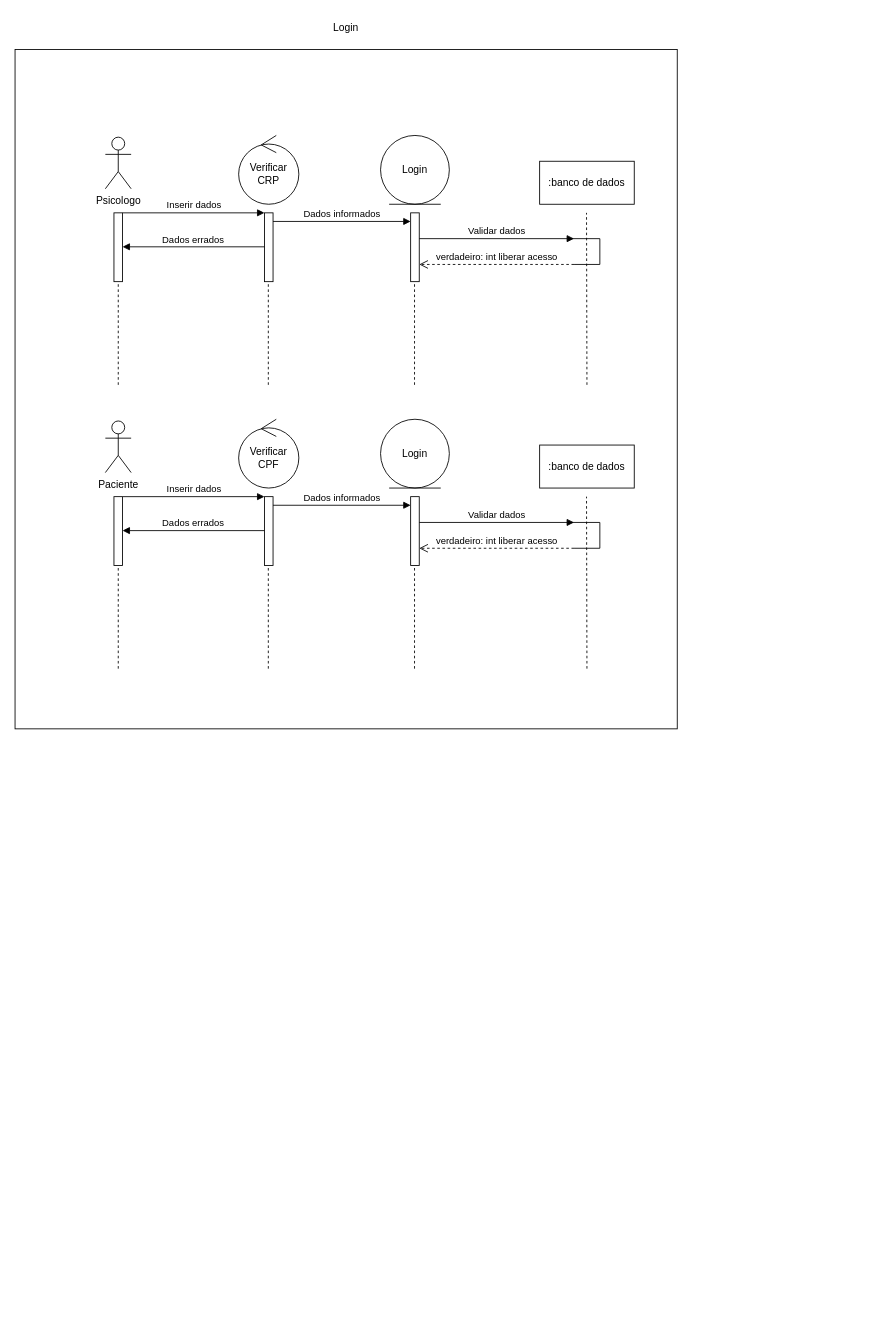
Above: diagramadesequencialogin.drawio in Patadaoikkk/uml (draw.io), before the change. Source tidied: cells renumbered, new cells numbered last; positions are measured from the earlier drawing's top-left corner, leaving out a move shared by most shapes. Both pictures are drawn from the tidied source at 86%, with x=0, y=0 at pixel (15, 15).
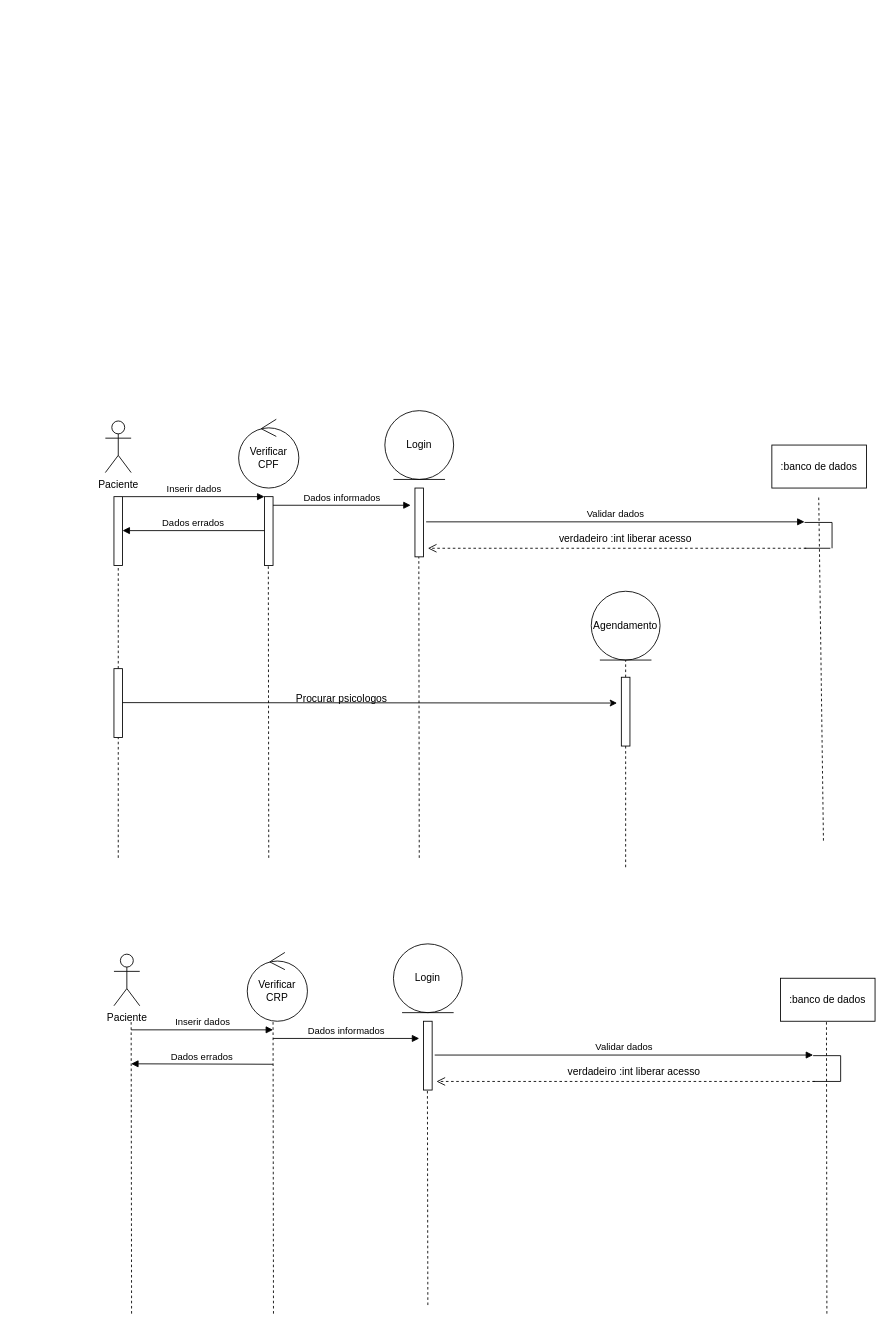
The same page after the edit.

The change refers to these unchanged cells:
```xml
<mxCell id="27" style="html=1;points=[[0,0,0,0,5],[0,1,0,0,-5],[1,0,0,0,5],[1,1,0,0,-5]];perimeter=orthogonalPerimeter;outlineConnect=0;targetShapes=umlLifeline;portConstraint=eastwest;newEdgeStyle={&quot;curved&quot;:0,&quot;rounded&quot;:0};" parent="1" vertex="1">
  <mxGeometry x="115" y="560" width="10" height="80" as="geometry" />
</mxCell>
```

Diff of the diagram source:
```diff
@@
-    <mxCell id="2" style="html=1;whiteSpace=wrap;" parent="1" vertex="1">
-      <mxGeometry y="40" width="770" height="790" as="geometry" />
-    </mxCell>
-    <mxCell id="3" value="Psicologo" style="shape=umlActor;verticalLabelPosition=bottom;verticalAlign=top;html=1;" parent="1" vertex="1">
-      <mxGeometry x="105" y="142" width="30" height="60" as="geometry" />
-    </mxCell>
-    <mxCell id="4" style="endArrow=none;dashed=1;html=1;rounded=0;" parent="1" edge="1" source="7">
-      <mxGeometry relative="1" as="geometry">
-        <mxPoint x="120" y="230" as="targetPoint" />
-      </mxGeometry>
-    </mxCell>
-    <mxCell id="5" value="Verificar CRP" style="ellipse;shape=umlControl;whiteSpace=wrap;html=1;" parent="1" vertex="1">
-      <mxGeometry x="260" y="140" width="70" height="80" as="geometry" />
-    </mxCell>
-    <mxCell id="6" style="endArrow=none;dashed=1;html=1;rounded=0;" parent="1" edge="1" target="7">
-      <mxGeometry relative="1" as="geometry">
-        <mxPoint x="120" y="430" as="sourcePoint" />
-      </mxGeometry>
-    </mxCell>
-    <mxCell id="7" style="html=1;points=[[0,0,0,0,5],[0,1,0,0,-5],[1,0,0,0,5],[1,1,0,0,-5]];perimeter=orthogonalPerimeter;outlineConnect=0;targetShapes=umlLifeline;portConstraint=eastwest;newEdgeStyle={&quot;curved&quot;:0,&quot;rounded&quot;:0};" parent="1" vertex="1">
-      <mxGeometry x="115" y="230" width="10" height="80" as="geometry" />
-    </mxCell>
-    <mxCell id="8" style="endArrow=none;dashed=1;html=1;rounded=0;" parent="1" edge="1">
-      <mxGeometry relative="1" as="geometry">
-        <mxPoint x="294.5" y="430" as="sourcePoint" />
-        <mxPoint x="294.5" y="310" as="targetPoint" />
-      </mxGeometry>
-    </mxCell>
-    <mxCell id="9" style="html=1;points=[[0,0,0,0,5],[0,1,0,0,-5],[1,0,0,0,5],[1,1,0,0,-5]];perimeter=orthogonalPerimeter;outlineConnect=0;targetShapes=umlLifeline;portConstraint=eastwest;newEdgeStyle={&quot;curved&quot;:0,&quot;rounded&quot;:0};" parent="1" vertex="1">
-      <mxGeometry x="290" y="230" width="10" height="80" as="geometry" />
-    </mxCell>
-    <mxCell id="10" value="Inserir dados" style="html=1;verticalAlign=bottom;endArrow=block;curved=0;rounded=0;" parent="1" edge="1">
-      <mxGeometry relative="1" as="geometry">
-        <mxPoint x="125" y="230" as="sourcePoint" />
-        <mxPoint x="290" y="230" as="targetPoint" />
-      </mxGeometry>
-    </mxCell>
-    <mxCell id="11" value="Login" style="ellipse;shape=umlEntity;whiteSpace=wrap;html=1;" parent="1" vertex="1">
-      <mxGeometry x="425" y="140" width="80" height="80" as="geometry" />
-    </mxCell>
-    <mxCell id="12" style="endArrow=none;dashed=1;html=1;rounded=0;" parent="1" edge="1">
-      <mxGeometry relative="1" as="geometry">
-        <mxPoint x="464.5" y="430" as="sourcePoint" />
-        <mxPoint x="464.5" y="310" as="targetPoint" />
-      </mxGeometry>
-    </mxCell>
-    <mxCell id="13" style="html=1;perimeter=orthogonalPerimeter;targetShapes=umlLifeline;newEdgeStyle={&quot;curved&quot;:0,&quot;rounded&quot;:0};" parent="1" vertex="1">
-      <mxGeometry x="460" y="230" width="10" height="80" as="geometry" />
-    </mxCell>
-    <mxCell id="14" value="Dados informados" style="html=1;verticalAlign=bottom;endArrow=block;curved=0;rounded=0;" parent="1" edge="1">
-      <mxGeometry relative="1" as="geometry">
-        <mxPoint x="300" y="240" as="sourcePoint" />
-        <mxPoint x="460" y="240" as="targetPoint" />
-      </mxGeometry>
-    </mxCell>
-    <mxCell id="15" value="Dados errados" style="html=1;verticalAlign=bottom;endArrow=block;curved=0;rounded=0;" parent="1" edge="1" source="9">
-      <mxGeometry relative="1" as="geometry">
-        <mxPoint x="125" y="269.5" as="targetPoint" />
-      </mxGeometry>
-    </mxCell>
-    <mxCell id="16" value=":banco de dados" style="html=1;whiteSpace=wrap;" parent="1" vertex="1">
-      <mxGeometry x="610" y="170" width="110" height="50" as="geometry" />
-    </mxCell>
-    <mxCell id="17" style="endArrow=none;dashed=1;html=1;rounded=0;" parent="1" edge="1">
-      <mxGeometry relative="1" as="geometry">
-        <mxPoint x="665" y="430" as="sourcePoint" />
-        <mxPoint x="664.5" y="230" as="targetPoint" />
-      </mxGeometry>
-    </mxCell>
-    <mxCell id="18" value="Validar dados" style="html=1;verticalAlign=bottom;endArrow=block;curved=0;rounded=0;" parent="1" edge="1">
-      <mxGeometry relative="1" as="geometry">
-        <mxPoint x="470" y="260" as="sourcePoint" />
-        <mxPoint x="650" y="260" as="targetPoint" />
-      </mxGeometry>
-    </mxCell>
-    <mxCell id="19" style="line;strokeWidth=1;fillColor=none;align=left;verticalAlign=middle;spacingTop=-1;spacingLeft=3;spacingRight=3;labelPosition=right;strokeColor=inherit;" parent="1" vertex="1">
-      <mxGeometry x="648" y="256" width="32" height="8" as="geometry" />
-    </mxCell>
-    <mxCell id="20" style="endArrow=none;html=1;rounded=0;" parent="1" edge="1">
-      <mxGeometry relative="1" as="geometry">
-        <mxPoint x="650" y="290" as="sourcePoint" />
-        <mxPoint x="680" y="290" as="targetPoint" />
-      </mxGeometry>
-    </mxCell>
-    <mxCell id="21" style="endArrow=none;html=1;rounded=0;" parent="1" edge="1">
-      <mxGeometry relative="1" as="geometry">
-        <mxPoint x="680" y="290" as="sourcePoint" />
-        <mxPoint x="680" y="260" as="targetPoint" />
-      </mxGeometry>
-    </mxCell>
-    <mxCell id="22" value="verdadeiro: int liberar acesso" style="html=1;verticalAlign=bottom;endArrow=open;dashed=1;endSize=8;curved=0;rounded=0;" parent="1" edge="1">
-      <mxGeometry relative="1" as="geometry">
-        <mxPoint x="650" y="290" as="sourcePoint" />
-        <mxPoint x="470" y="290" as="targetPoint" />
-      </mxGeometry>
-    </mxCell>
@@
-    <mxCell id="26" style="endArrow=none;dashed=1;html=1;rounded=0;" parent="1" edge="1" target="27">
-      <mxGeometry relative="1" as="geometry">
-        <mxPoint x="120" y="760" as="sourcePoint" />
-      </mxGeometry>
+    <mxCell id="26" style="endArrow=none;dashed=1;html=1;rounded=0;" parent="1" edge="1" source="45" target="27">
+      <mxGeometry relative="1" as="geometry" />
     </mxCell>
@@
     <mxCell id="28" style="endArrow=none;dashed=1;html=1;rounded=0;" parent="1" edge="1">
       <mxGeometry relative="1" as="geometry">
-        <mxPoint x="294.5" y="760" as="sourcePoint" />
+        <mxPoint x="295" y="980" as="sourcePoint" />
         <mxPoint x="294.5" y="640" as="targetPoint" />
       </mxGeometry>
     </mxCell>
@@
     <mxCell id="31" value="Login" style="ellipse;shape=umlEntity;whiteSpace=wrap;html=1;" parent="1" vertex="1">
-      <mxGeometry x="425" y="470" width="80" height="80" as="geometry" />
+      <mxGeometry x="430" y="460" width="80" height="80" as="geometry" />
     </mxCell>
     <mxCell id="32" style="endArrow=none;dashed=1;html=1;rounded=0;" parent="1" edge="1">
       <mxGeometry relative="1" as="geometry">
-        <mxPoint x="464.5" y="760" as="sourcePoint" />
-        <mxPoint x="464.5" y="640" as="targetPoint" />
+        <mxPoint x="470" y="980" as="sourcePoint" />
+        <mxPoint x="469.5" y="630" as="targetPoint" />
       </mxGeometry>
     </mxCell>
     <mxCell id="33" style="html=1;perimeter=orthogonalPerimeter;targetShapes=umlLifeline;newEdgeStyle={&quot;curved&quot;:0,&quot;rounded&quot;:0};" parent="1" vertex="1">
-      <mxGeometry x="460" y="560" width="10" height="80" as="geometry" />
+      <mxGeometry x="465" y="550" width="10" height="80" as="geometry" />
     </mxCell>
@@
     <mxCell id="36" value=":banco de dados" style="html=1;whiteSpace=wrap;" parent="1" vertex="1">
-      <mxGeometry x="610" y="500" width="110" height="50" as="geometry" />
+      <mxGeometry x="880" y="500" width="110" height="50" as="geometry" />
     </mxCell>
     <mxCell id="37" style="endArrow=none;dashed=1;html=1;rounded=0;" parent="1" edge="1">
       <mxGeometry relative="1" as="geometry">
-        <mxPoint x="665" y="760" as="sourcePoint" />
-        <mxPoint x="664.5" y="560" as="targetPoint" />
+        <mxPoint x="940" y="960" as="sourcePoint" />
+        <mxPoint x="934.5" y="560" as="targetPoint" />
       </mxGeometry>
     </mxCell>
     <mxCell id="38" value="Validar dados" style="html=1;verticalAlign=bottom;endArrow=block;curved=0;rounded=0;" parent="1" edge="1">
       <mxGeometry relative="1" as="geometry">
-        <mxPoint x="470" y="590" as="sourcePoint" />
-        <mxPoint x="650" y="590" as="targetPoint" />
+        <mxPoint x="478" y="589.3" as="sourcePoint" />
+        <mxPoint x="918" y="589.3" as="targetPoint" />
       </mxGeometry>
     </mxCell>
     <mxCell id="39" style="line;strokeWidth=1;fillColor=none;align=left;verticalAlign=middle;spacingTop=-1;spacingLeft=3;spacingRight=3;labelPosition=right;strokeColor=inherit;" parent="1" vertex="1">
-      <mxGeometry x="648" y="586" width="32" height="8" as="geometry" />
+      <mxGeometry x="918" y="586" width="32" height="8" as="geometry" />
     </mxCell>
     <mxCell id="40" style="endArrow=none;html=1;rounded=0;" parent="1" edge="1">
       <mxGeometry relative="1" as="geometry">
-        <mxPoint x="650" y="620" as="sourcePoint" />
-        <mxPoint x="680" y="620" as="targetPoint" />
+        <mxPoint x="918" y="620" as="sourcePoint" />
+        <mxPoint x="948" y="620" as="targetPoint" />
       </mxGeometry>
     </mxCell>
     <mxCell id="41" style="endArrow=none;html=1;rounded=0;" parent="1" edge="1">
       <mxGeometry relative="1" as="geometry">
-        <mxPoint x="680" y="620" as="sourcePoint" />
-        <mxPoint x="680" y="590" as="targetPoint" />
+        <mxPoint x="950" y="620" as="sourcePoint" />
+        <mxPoint x="950" y="590" as="targetPoint" />
       </mxGeometry>
     </mxCell>
-    <mxCell id="42" value="verdadeiro: int liberar acesso" style="html=1;verticalAlign=bottom;endArrow=open;dashed=1;endSize=8;curved=0;rounded=0;" parent="1" edge="1">
+    <mxCell id="42" style="html=1;verticalAlign=bottom;endArrow=open;dashed=1;endSize=8;curved=0;rounded=0;" parent="1" edge="1">
       <mxGeometry relative="1" as="geometry">
-        <mxPoint x="650" y="620" as="sourcePoint" />
-        <mxPoint x="470" y="620" as="targetPoint" />
+        <mxPoint x="920" y="620" as="sourcePoint" />
+        <mxPoint x="480" y="620" as="targetPoint" />
       </mxGeometry>
     </mxCell>
-    <mxCell id="43" value="Login" style="text;html=1;align=center;verticalAlign=middle;whiteSpace=wrap;rounded=0;" parent="1" vertex="1">
-      <mxGeometry x="355" width="60" height="30" as="geometry" />
-    </mxCell>
+    <mxCell id="44" style="endArrow=none;dashed=1;html=1;rounded=0;" parent="1" edge="1" target="45">
+      <mxGeometry relative="1" as="geometry">
+        <mxPoint x="120" y="980" as="sourcePoint" />
+      </mxGeometry>
+    </mxCell>
+    <mxCell id="45" style="html=1;points=[[0,0,0,0,5],[0,1,0,0,-5],[1,0,0,0,5],[1,1,0,0,-5]];perimeter=orthogonalPerimeter;outlineConnect=0;targetShapes=umlLifeline;portConstraint=eastwest;newEdgeStyle={&quot;curved&quot;:0,&quot;rounded&quot;:0};" parent="1" vertex="1">
+      <mxGeometry x="115" y="760" width="10" height="80" as="geometry" />
+    </mxCell>
+    <mxCell id="46" value="Agendamento" style="ellipse;shape=umlEntity;whiteSpace=wrap;html=1;" parent="1" vertex="1">
+      <mxGeometry x="670" y="670" width="80" height="80" as="geometry" />
+    </mxCell>
+    <mxCell id="47" style="endArrow=none;dashed=1;html=1;rounded=0;" parent="1" edge="1" source="50">
+      <mxGeometry relative="1" as="geometry">
+        <mxPoint x="710" y="750" as="targetPoint" />
+      </mxGeometry>
+    </mxCell>
+    <mxCell id="48" style="endArrow=classic;html=1;rounded=0;" parent="1" edge="1">
+      <mxGeometry relative="1" as="geometry">
+        <mxPoint x="125" y="799.5" as="sourcePoint" />
+        <mxPoint x="700" y="800" as="targetPoint" />
+      </mxGeometry>
+    </mxCell>
+    <mxCell id="49" style="endArrow=none;dashed=1;html=1;rounded=0;" parent="1" edge="1" target="50">
+      <mxGeometry relative="1" as="geometry">
+        <mxPoint x="710" y="990.9" as="sourcePoint" />
+      </mxGeometry>
+    </mxCell>
+    <mxCell id="50" style="html=1;points=[[0,0,0,0,5],[0,1,0,0,-5],[1,0,0,0,5],[1,1,0,0,-5]];perimeter=orthogonalPerimeter;outlineConnect=0;targetShapes=umlLifeline;portConstraint=eastwest;newEdgeStyle={&quot;curved&quot;:0,&quot;rounded&quot;:0};" parent="1" vertex="1">
+      <mxGeometry x="705" y="770" width="10" height="80" as="geometry" />
+    </mxCell>
+    <mxCell id="51" value="Procurar psicologos" style="text;html=1;align=center;verticalAlign=middle;whiteSpace=wrap;rounded=0;" parent="1" vertex="1">
+      <mxGeometry x="320" y="780" width="120" height="30" as="geometry" />
+    </mxCell>
+    <mxCell id="52" value="verdadeiro :int liberar acesso" style="text;html=1;align=center;verticalAlign=middle;whiteSpace=wrap;rounded=0;" parent="1" vertex="1">
+      <mxGeometry x="595" y="594" width="230" height="30" as="geometry" />
+    </mxCell>
+    <mxCell id="53" value="Paciente" style="shape=umlActor;verticalLabelPosition=bottom;verticalAlign=top;html=1;" parent="1" vertex="1">
+      <mxGeometry x="115" y="1092" width="30" height="60" as="geometry" />
+    </mxCell>
+    <mxCell id="54" style="endArrow=none;dashed=1;html=1;rounded=0;" parent="1" edge="1">
+      <mxGeometry relative="1" as="geometry">
+        <mxPoint x="130" y="1180" as="sourcePoint" />
+        <mxPoint x="130" y="1180" as="targetPoint" />
+      </mxGeometry>
+    </mxCell>
+    <mxCell id="5" value="Verificar CRP" style="ellipse;shape=umlControl;whiteSpace=wrap;html=1;" parent="1" vertex="1">
+      <mxGeometry x="270" y="1090" width="70" height="80" as="geometry" />
+    </mxCell>
+    <mxCell id="10" value="Inserir dados" style="html=1;verticalAlign=bottom;endArrow=block;curved=0;rounded=0;" parent="1" edge="1">
+      <mxGeometry relative="1" as="geometry">
+        <mxPoint x="135" y="1180" as="sourcePoint" />
+        <mxPoint x="300" y="1180" as="targetPoint" />
+      </mxGeometry>
+    </mxCell>
+    <mxCell id="11" value="Login" style="ellipse;shape=umlEntity;whiteSpace=wrap;html=1;" parent="1" vertex="1">
+      <mxGeometry x="440" y="1080" width="80" height="80" as="geometry" />
+    </mxCell>
+    <mxCell id="55" style="html=1;perimeter=orthogonalPerimeter;targetShapes=umlLifeline;newEdgeStyle={&quot;curved&quot;:0,&quot;rounded&quot;:0};" parent="1" vertex="1">
+      <mxGeometry x="475" y="1170" width="10" height="80" as="geometry" />
+    </mxCell>
+    <mxCell id="14" value="Dados informados" style="html=1;verticalAlign=bottom;endArrow=block;curved=0;rounded=0;" parent="1" edge="1">
+      <mxGeometry relative="1" as="geometry">
+        <mxPoint x="300" y="1190" as="sourcePoint" />
+        <mxPoint x="470" y="1190" as="targetPoint" />
+      </mxGeometry>
+    </mxCell>
+    <mxCell id="15" value="Dados errados" style="html=1;verticalAlign=bottom;endArrow=block;curved=0;rounded=0;" parent="1" edge="1">
+      <mxGeometry relative="1" as="geometry">
+        <mxPoint x="300" y="1220" as="sourcePoint" />
+        <mxPoint x="135" y="1219.5" as="targetPoint" />
+      </mxGeometry>
+    </mxCell>
+    <mxCell id="16" value=":banco de dados" style="html=1;whiteSpace=wrap;" parent="1" vertex="1">
+      <mxGeometry x="890" y="1120" width="110" height="50" as="geometry" />
+    </mxCell>
+    <mxCell id="18" value="Validar dados" style="html=1;verticalAlign=bottom;endArrow=block;curved=0;rounded=0;" parent="1" edge="1">
+      <mxGeometry relative="1" as="geometry">
+        <mxPoint x="488" y="1209.3" as="sourcePoint" />
+        <mxPoint x="928" y="1209.3" as="targetPoint" />
+      </mxGeometry>
+    </mxCell>
+    <mxCell id="56" style="line;strokeWidth=1;fillColor=none;align=left;verticalAlign=middle;spacingTop=-1;spacingLeft=3;spacingRight=3;labelPosition=right;strokeColor=inherit;" parent="1" vertex="1">
+      <mxGeometry x="928" y="1206" width="32" height="8" as="geometry" />
+    </mxCell>
+    <mxCell id="57" style="endArrow=none;html=1;rounded=0;" parent="1" edge="1">
+      <mxGeometry relative="1" as="geometry">
+        <mxPoint x="928" y="1240" as="sourcePoint" />
+        <mxPoint x="960" y="1240" as="targetPoint" />
+      </mxGeometry>
+    </mxCell>
+    <mxCell id="58" style="endArrow=none;html=1;rounded=0;" parent="1" edge="1">
+      <mxGeometry relative="1" as="geometry">
+        <mxPoint x="960" y="1240" as="sourcePoint" />
+        <mxPoint x="960" y="1210" as="targetPoint" />
+      </mxGeometry>
+    </mxCell>
+    <mxCell id="59" style="html=1;verticalAlign=bottom;endArrow=open;dashed=1;endSize=8;curved=0;rounded=0;" parent="1" edge="1">
+      <mxGeometry relative="1" as="geometry">
+        <mxPoint x="930" y="1240" as="sourcePoint" />
+        <mxPoint x="490" y="1240" as="targetPoint" />
+      </mxGeometry>
+    </mxCell>
+    <mxCell id="60" value="verdadeiro :int liberar acesso" style="text;html=1;align=center;verticalAlign=middle;whiteSpace=wrap;rounded=0;" parent="1" vertex="1">
+      <mxGeometry x="605" y="1214" width="230" height="30" as="geometry" />
+    </mxCell>
+    <mxCell id="61" style="endArrow=none;dashed=1;html=1;rounded=0;" parent="1" edge="1">
+      <mxGeometry relative="1" as="geometry">
+        <mxPoint x="135.5" y="1510" as="sourcePoint" />
+        <mxPoint x="135" y="1170" as="targetPoint" />
+      </mxGeometry>
+    </mxCell>
+    <mxCell id="62" style="endArrow=none;dashed=1;html=1;rounded=0;" parent="1" edge="1">
+      <mxGeometry relative="1" as="geometry">
+        <mxPoint x="944" y="1510" as="sourcePoint" />
+        <mxPoint x="943.5" y="1170" as="targetPoint" />
+      </mxGeometry>
+    </mxCell>
+    <mxCell id="63" style="endArrow=none;dashed=1;html=1;rounded=0;" parent="1" edge="1">
+      <mxGeometry relative="1" as="geometry">
+        <mxPoint x="480" y="1500" as="sourcePoint" />
+        <mxPoint x="479.5" y="1250" as="targetPoint" />
+      </mxGeometry>
+    </mxCell>
+    <mxCell id="64" style="endArrow=none;dashed=1;html=1;rounded=0;" parent="1" edge="1">
+      <mxGeometry relative="1" as="geometry">
+        <mxPoint x="300.5" y="1510" as="sourcePoint" />
+        <mxPoint x="300" y="1170" as="targetPoint" />
+      </mxGeometry>
+    </mxCell>
```
